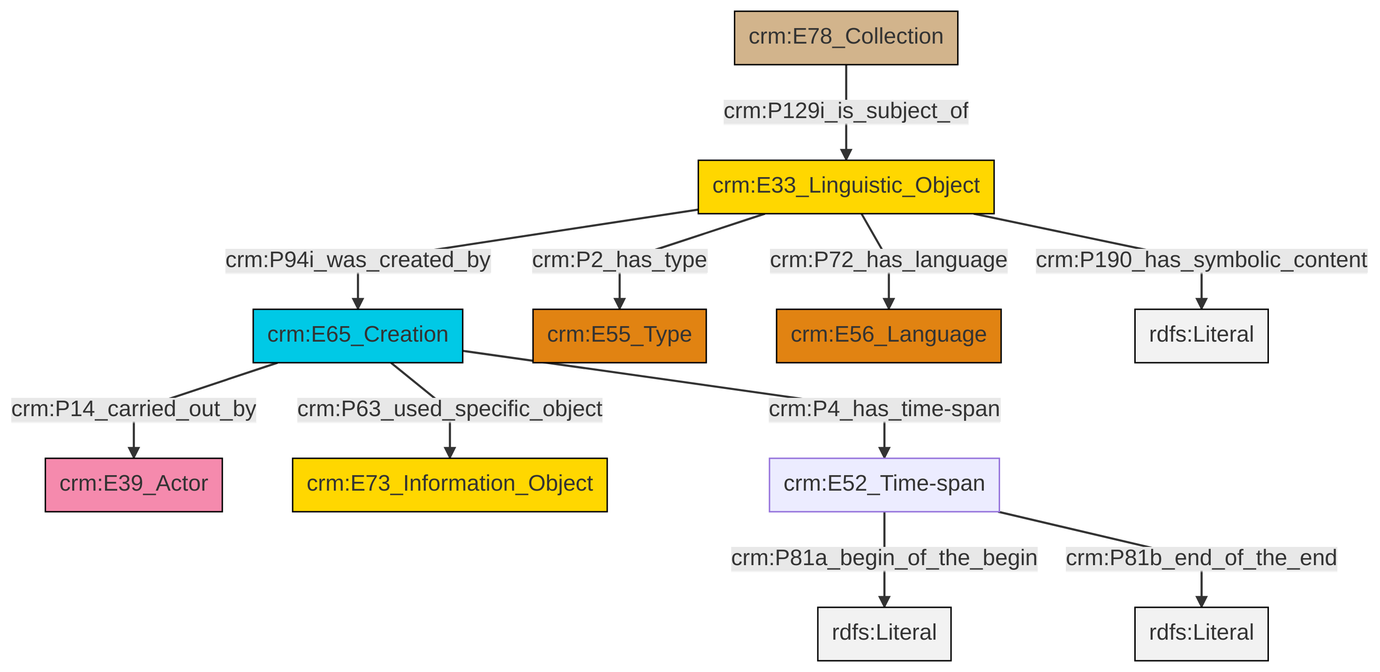
Before: et/archivalCSV/ttl/mmd/png/archival_desc.png, a diagram exported from Mermaid (swiss-art-research-net/docs.swissartresearch). Its source is kept beside it as et/archivalCSV/ttl/mmd/archival_desc.ttl.mmd.
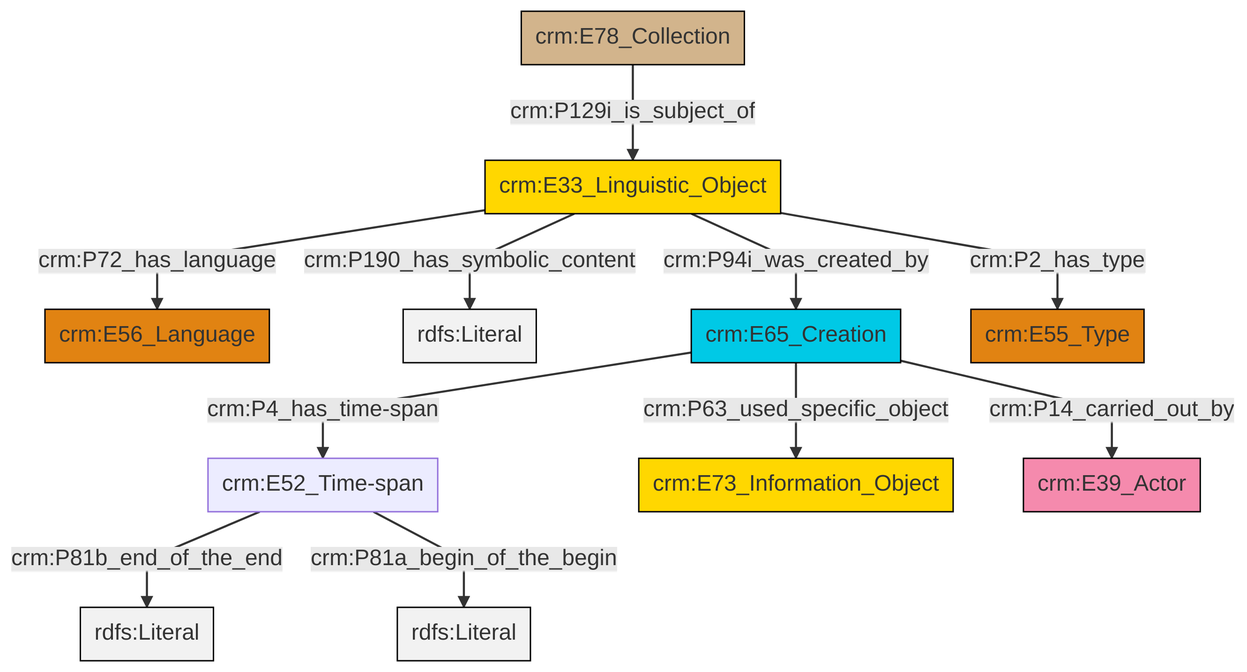
Later version of the same file.

Diff of the diagram source:
```diff
@@ -13,13 +13,13 @@
 classDef PC_Classes fill:#4ce600, stroke:#000000;
 classDef Multi fill:#cccccc,stroke:#000000;
 
-0["crm:E65_Creation"]:::Temporal_Entity -->|crm:P14_carried_out_by| 1["crm:E39_Actor"]:::Actor
-0["crm:E65_Creation"]:::Temporal_Entity -->|crm:P63_used_specific_object| 4["crm:E73_Information_Object"]:::Conceptual_Object
-8["crm:E52_Time-span"]:::Default -->|crm:P81a_begin_of_the_begin| 9[rdfs:Literal]:::Literal
-10["crm:E33_Linguistic_Object"]:::Conceptual_Object -->|crm:P2_has_type| 2["crm:E55_Type"]:::Type
-0["crm:E65_Creation"]:::Temporal_Entity -->|crm:P4_has_time-span| 8["crm:E52_Time-span"]:::Default
-8["crm:E52_Time-span"]:::Default -->|crm:P81b_end_of_the_end| 16[rdfs:Literal]:::Literal
-6["crm:E78_Collection"]:::Physical_Thing -->|crm:P129i_is_subject_of| 10["crm:E33_Linguistic_Object"]:::Conceptual_Object
-10["crm:E33_Linguistic_Object"]:::Conceptual_Object -->|crm:P72_has_language| 11["crm:E56_Language"]:::Type
-10["crm:E33_Linguistic_Object"]:::Conceptual_Object -->|crm:P94i_was_created_by| 0["crm:E65_Creation"]:::Temporal_Entity
-10["crm:E33_Linguistic_Object"]:::Conceptual_Object -->|crm:P190_has_symbolic_content| 18[rdfs:Literal]:::Literal
+0["crm:E33_Linguistic_Object"]:::Conceptual_Object -->|crm:P72_has_language| 1["crm:E56_Language"]:::Type
+0["crm:E33_Linguistic_Object"]:::Conceptual_Object -->|crm:P190_has_symbolic_content| 2[rdfs:Literal]:::Literal
+3["crm:E65_Creation"]:::Temporal_Entity -->|crm:P4_has_time-span| 4["crm:E52_Time-span"]:::Default
+4["crm:E52_Time-span"]:::Default -->|crm:P81b_end_of_the_end| 6[rdfs:Literal]:::Literal
+0["crm:E33_Linguistic_Object"]:::Conceptual_Object -->|crm:P2_has_type| 9["crm:E55_Type"]:::Type
+3["crm:E65_Creation"]:::Temporal_Entity -->|crm:P63_used_specific_object| 10["crm:E73_Information_Object"]:::Conceptual_Object
+4["crm:E52_Time-span"]:::Default -->|crm:P81a_begin_of_the_begin| 11[rdfs:Literal]:::Literal
+13["crm:E78_Collection"]:::Physical_Thing -->|crm:P129i_is_subject_of| 0["crm:E33_Linguistic_Object"]:::Conceptual_Object
+0["crm:E33_Linguistic_Object"]:::Conceptual_Object -->|crm:P94i_was_created_by| 3["crm:E65_Creation"]:::Temporal_Entity
+3["crm:E65_Creation"]:::Temporal_Entity -->|crm:P14_carried_out_by| 16["crm:E39_Actor"]:::Actor
```
